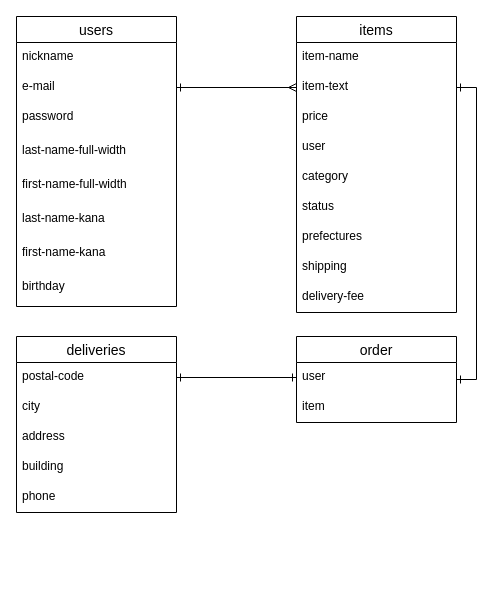
Above: er.dio in ussy-0825/furima-34526 (draw.io), before the change. Source tidied: cells renumbered, new cells numbered last; positions are measured from the earlier drawing's top-left corner, leaving out a move shared by most shapes. Both pictures are drawn from the tidied source at 100%, with x=0, y=0 at pixel (16, 16).
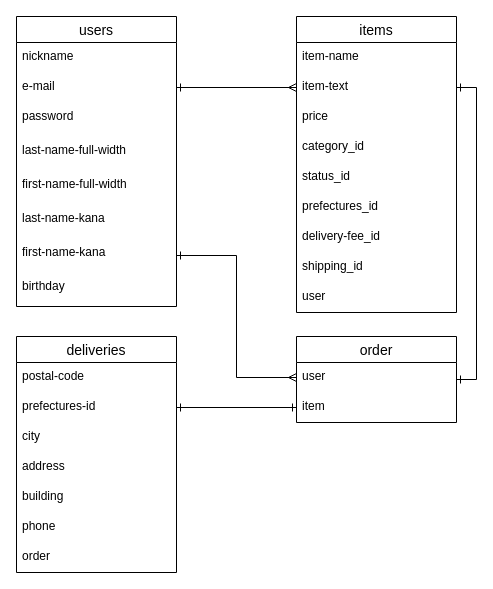
After the change.

Commit message (it also covers changes not shown here):
ER図、READMEの修正(2)

Unchanged cells that the change refers to:
```xml
<mxCell id="2" value="items" style="swimlane;fontStyle=0;horizontal=1;startSize=26;align=center;fontSize=14;" parent="1" vertex="1">
  <mxGeometry x="280" width="160" height="296" as="geometry" />
</mxCell>
<mxCell id="19" value="first-name-kana" style="text;strokeColor=none;fillColor=none;spacingLeft=4;spacingRight=4;overflow=hidden;points=[[0,0.5],[1,0.5]];portConstraint=eastwest;fontSize=12;" parent="12" vertex="1">
  <mxGeometry y="222" width="160" height="34" as="geometry" />
</mxCell>
<mxCell id="22" value="postal-code" style="text;strokeColor=none;fillColor=none;spacingLeft=4;spacingRight=4;overflow=hidden;points=[[0,0.5],[1,0.5]];portConstraint=eastwest;fontSize=12;" parent="21" vertex="1">
  <mxGeometry y="26" width="160" height="30" as="geometry" />
</mxCell>
<mxCell id="29" value="user" style="text;strokeColor=none;fillColor=none;spacingLeft=4;spacingRight=4;overflow=hidden;points=[[0,0.5],[1,0.5]];portConstraint=eastwest;fontSize=12;" parent="28" vertex="1">
  <mxGeometry y="26" width="160" height="30" as="geometry" />
</mxCell>
<mxCell id="30" value="item" style="text;strokeColor=none;fillColor=none;spacingLeft=4;spacingRight=4;overflow=hidden;points=[[0,0.5],[1,0.5]];portConstraint=eastwest;fontSize=12;" parent="28" vertex="1">
  <mxGeometry y="56" width="160" height="30" as="geometry" />
</mxCell>
```

The edit, as a diff of the source:
```diff
@@
-    <mxCell id="6" value="user" style="text;strokeColor=none;fillColor=none;spacingLeft=4;spacingRight=4;overflow=hidden;fontSize=12;" parent="2" vertex="1">
-      <mxGeometry y="116" width="160" height="30" as="geometry" />
-    </mxCell>
-    <mxCell id="7" value="category" style="text;strokeColor=none;fillColor=none;spacingLeft=4;spacingRight=4;overflow=hidden;fontSize=12;" parent="2" vertex="1">
-      <mxGeometry y="146" width="160" height="30" as="geometry" />
+    <mxCell id="7" value="category_id" style="text;strokeColor=none;fillColor=none;spacingLeft=4;spacingRight=4;overflow=hidden;fontSize=12;" parent="2" vertex="1">
+      <mxGeometry y="116" width="160" height="30" as="geometry" />
     </mxCell>
-    <mxCell id="8" value="status" style="text;strokeColor=none;fillColor=none;spacingLeft=4;spacingRight=4;overflow=hidden;fontSize=12;" parent="2" vertex="1">
-      <mxGeometry y="176" width="160" height="30" as="geometry" />
+    <mxCell id="8" value="status_id" style="text;strokeColor=none;fillColor=none;spacingLeft=4;spacingRight=4;overflow=hidden;fontSize=12;" parent="2" vertex="1">
+      <mxGeometry y="146" width="160" height="30" as="geometry" />
     </mxCell>
-    <mxCell id="9" value="prefectures" style="text;strokeColor=none;fillColor=none;spacingLeft=4;spacingRight=4;overflow=hidden;fontSize=12;" parent="2" vertex="1">
-      <mxGeometry y="206" width="160" height="30" as="geometry" />
+    <mxCell id="9" value="prefectures_id" style="text;strokeColor=none;fillColor=none;spacingLeft=4;spacingRight=4;overflow=hidden;fontSize=12;" parent="2" vertex="1">
+      <mxGeometry y="176" width="160" height="30" as="geometry" />
     </mxCell>
+    <mxCell id="11" value="delivery-fee_id" style="text;strokeColor=none;fillColor=none;spacingLeft=4;spacingRight=4;overflow=hidden;fontSize=12;" parent="2" vertex="1">
+      <mxGeometry y="206" width="160" height="30" as="geometry" />
+    </mxCell>
-    <mxCell id="10" value="shipping" style="text;strokeColor=none;fillColor=none;spacingLeft=4;spacingRight=4;overflow=hidden;fontSize=12;" parent="2" vertex="1">
+    <mxCell id="10" value="shipping_id" style="text;strokeColor=none;fillColor=none;spacingLeft=4;spacingRight=4;overflow=hidden;fontSize=12;" parent="2" vertex="1">
       <mxGeometry y="236" width="160" height="30" as="geometry" />
     </mxCell>
-    <mxCell id="11" value="delivery-fee" style="text;strokeColor=none;fillColor=none;spacingLeft=4;spacingRight=4;overflow=hidden;fontSize=12;" parent="2" vertex="1">
-      <mxGeometry y="266" width="160" height="30" as="geometry" />
-    </mxCell>
+    <mxCell id="6" value="user" style="text;strokeColor=none;fillColor=none;spacingLeft=4;spacingRight=4;overflow=hidden;fontSize=12;" parent="2" vertex="1">
+      <mxGeometry y="266" width="160" height="30" as="geometry" />
+    </mxCell>
@@
     <mxCell id="21" value="deliveries" style="swimlane;fontStyle=0;horizontal=1;startSize=26;align=center;fontSize=14;" parent="1" vertex="1">
-      <mxGeometry y="320" width="160" height="176" as="geometry" />
+      <mxGeometry y="320" width="160" height="236" as="geometry" />
     </mxCell>
@@
+    <mxCell id="33" value="prefectures-id" style="text;strokeColor=none;fillColor=none;spacingLeft=4;spacingRight=4;overflow=hidden;points=[[0,0.5],[1,0.5]];portConstraint=eastwest;fontSize=12;" parent="21" vertex="1">
+      <mxGeometry y="56" width="160" height="30" as="geometry" />
+    </mxCell>
     <mxCell id="23" value="city" style="text;strokeColor=none;fillColor=none;spacingLeft=4;spacingRight=4;overflow=hidden;fontSize=12;" parent="21" vertex="1">
-      <mxGeometry y="56" width="160" height="30" as="geometry" />
+      <mxGeometry y="86" width="160" height="30" as="geometry" />
     </mxCell>
     <mxCell id="24" value="address" style="text;strokeColor=none;fillColor=none;spacingLeft=4;spacingRight=4;overflow=hidden;fontSize=12;" parent="21" vertex="1">
-      <mxGeometry y="86" width="160" height="30" as="geometry" />
+      <mxGeometry y="116" width="160" height="30" as="geometry" />
     </mxCell>
     <mxCell id="25" value="building" style="text;strokeColor=none;fillColor=none;spacingLeft=4;spacingRight=4;overflow=hidden;fontSize=12;" parent="21" vertex="1">
-      <mxGeometry y="116" width="160" height="30" as="geometry" />
+      <mxGeometry y="146" width="160" height="30" as="geometry" />
     </mxCell>
     <mxCell id="26" value="phone" style="text;strokeColor=none;fillColor=none;spacingLeft=4;spacingRight=4;overflow=hidden;fontSize=12;" parent="21" vertex="1">
-      <mxGeometry y="146" width="160" height="30" as="geometry" />
+      <mxGeometry y="176" width="160" height="30" as="geometry" />
     </mxCell>
+    <mxCell id="34" value="order" style="text;strokeColor=none;fillColor=none;spacingLeft=4;spacingRight=4;overflow=hidden;fontSize=12;" parent="21" vertex="1">
+      <mxGeometry y="206" width="160" height="30" as="geometry" />
+    </mxCell>
@@
-    <mxCell id="32" style="edgeStyle=orthogonalEdgeStyle;rounded=0;jettySize=auto;html=1;exitX=0;exitY=0.5;exitDx=0;exitDy=0;entryX=1;entryY=0.5;entryDx=0;entryDy=0;startArrow=ERone;startFill=0;endArrow=ERone;endFill=0;" parent="1" edge="1" source="29" target="22">
-      <mxGeometry relative="1" as="geometry" />
-    </mxCell>
+    <mxCell id="35" style="edgeStyle=orthogonalEdgeStyle;rounded=0;jettySize=auto;html=1;exitX=1;exitY=0.5;exitDx=0;exitDy=0;entryX=0;entryY=0.5;entryDx=0;entryDy=0;startArrow=ERone;startFill=0;endArrow=ERone;endFill=0;" parent="1" edge="1" source="33" target="30">
+      <mxGeometry relative="1" as="geometry" />
+    </mxCell>
+    <mxCell id="36" style="edgeStyle=orthogonalEdgeStyle;rounded=0;jettySize=auto;html=1;exitX=1;exitY=0.5;exitDx=0;exitDy=0;entryX=0;entryY=0.5;entryDx=0;entryDy=0;startArrow=ERone;startFill=0;endArrow=ERmany;endFill=0;" parent="1" edge="1" source="19" target="29">
+      <mxGeometry relative="1" as="geometry" />
+    </mxCell>
```
